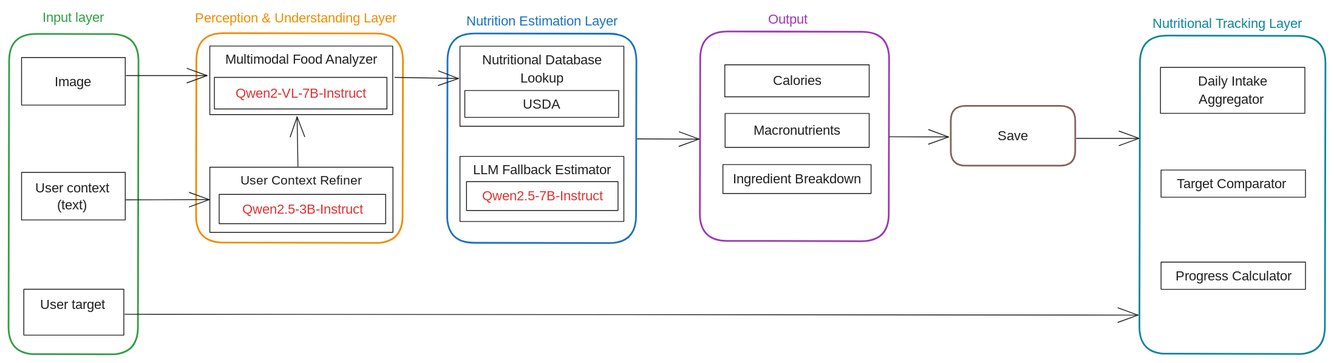
Earlier version of the Excalidraw export pipeline_arquitectura.excalidraw.svg (hepejaAED/CalorIA). Source tidied: one line per element, renumbered; positions are measured from the earlier drawing's top-left corner, leaving out a move shared by most shapes.
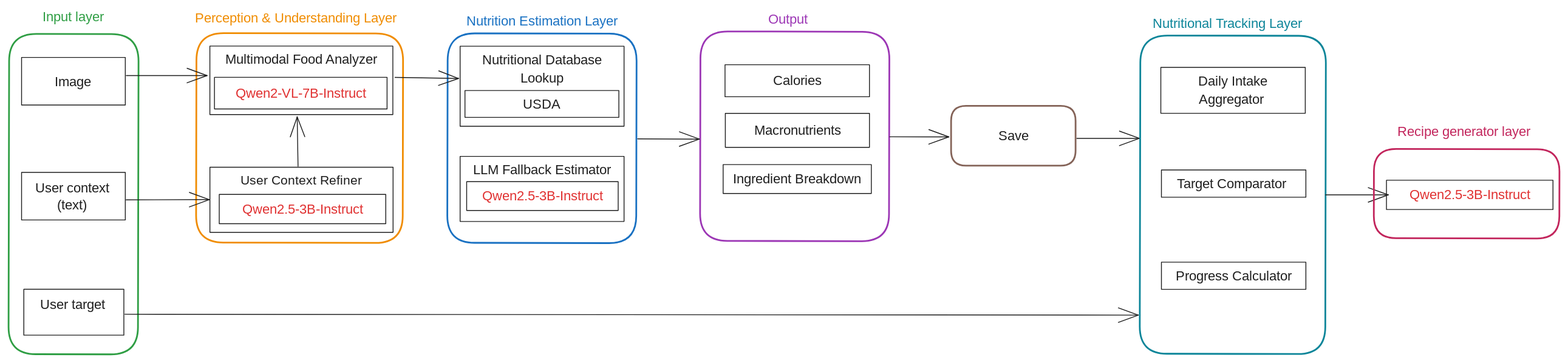
After the change.

Diff of the diagram source:
```diff
@@ -27,7 +27,7 @@
 {"id": 26, "type": "rectangle", "strokeColor": "#1e1e1e", "strokeWidth": 1, "roughness": 0, "x": 531, "y": 174, "width": 193, "height": 77}
 {"id": 27, "type": "text", "text": "LLM Fallback Estimator", "strokeColor": "#1e1e1e", "strokeWidth": 1, "roughness": 0, "fontSize": 16, "fontFamily": 6, "textAlign": "center", "inside": 26, "x": 543, "y": 179, "width": 169, "height": 22}
 {"id": 28, "type": "rectangle", "strokeColor": "#1e1e1e", "strokeWidth": 1, "roughness": 0, "x": 538, "y": 204, "width": 178, "height": 34}
-{"id": 29, "type": "text", "text": "Qwen2.5-7B-Instruct", "strokeColor": "#e03131", "strokeWidth": 1, "roughness": 0, "fontSize": 16, "fontFamily": 6, "textAlign": "center", "verticalAlign": "middle", "inside": 28, "x": 550, "y": 210, "width": 155, "height": 22}
+{"id": 29, "type": "text", "text": "Qwen2.5-3B-Instruct", "strokeColor": "#e03131", "strokeWidth": 1, "roughness": 0, "fontSize": 16, "fontFamily": 6, "textAlign": "center", "verticalAlign": "middle", "inside": 28, "x": 550, "y": 210, "width": 155, "height": 22}
 {"id": 30, "type": "rectangle", "strokeColor": "#9c36b5", "angle": 0.0, "strokeWidth": 2, "roughness": 0, "round": true, "x": 813, "y": 27, "width": 222, "height": 246}
 {"id": 31, "type": "arrow", "strokeColor": "#1e1e1e", "strokeWidth": 1, "roughness": 0, "endArrowhead": "arrow", "from": 22, "to": 30, "x": 739, "y": 153, "width": 73, "height": 0, "points": [[0, 0], [73, 0]]}
 {"id": 32, "type": "text", "text": "Output", "strokeColor": "#9c36b5", "strokeWidth": 2, "roughness": 1, "fontSize": 16, "fontFamily": 6, "x": 893, "y": 2, "width": 51, "height": 22}
@@ -52,3 +52,8 @@
 {"id": 51, "type": "text", "text": "Target Comparator ", "strokeColor": "#1e1e1e", "strokeWidth": 1, "roughness": 0, "fontSize": 16, "fontFamily": 6, "textAlign": "center", "verticalAlign": "middle", "inside": 50, "x": 1370, "y": 195, "width": 140, "height": 22}
 {"id": 52, "type": "rectangle", "strokeColor": "#1e1e1e", "strokeWidth": 1, "roughness": 0, "x": 1356, "y": 298, "width": 170, "height": 32}
 {"id": 53, "type": "text", "text": "Progress Calculator", "strokeColor": "#1e1e1e", "strokeWidth": 1, "roughness": 0, "fontSize": 16, "fontFamily": 6, "textAlign": "center", "verticalAlign": "middle", "inside": 52, "x": 1369, "y": 304, "width": 142, "height": 22}
+{"id": 54, "type": "arrow", "strokeColor": "#1e1e1e", "strokeWidth": 1, "roughness": 0, "endArrowhead": "arrow", "x": 1549, "y": 219, "width": 74, "height": 0, "points": [[0, 0], [74, 0]]}
+{"id": 55, "type": "rectangle", "strokeColor": "#c2255c", "angle": 0.0, "strokeWidth": 2, "roughness": 0, "round": true, "x": 1605, "y": 165, "width": 218, "height": 105}
+{"id": 56, "type": "rectangle", "strokeColor": "#1e1e1e", "strokeWidth": 1, "roughness": 0, "x": 1620, "y": 202, "width": 196, "height": 34}
+{"id": 57, "type": "text", "text": "Qwen2.5-3B-Instruct", "strokeColor": "#e03131", "strokeWidth": 1, "roughness": 0, "fontSize": 16, "fontFamily": 6, "textAlign": "center", "verticalAlign": "middle", "inside": 56, "x": 1640, "y": 208, "width": 155, "height": 22}
+{"id": 58, "type": "text", "text": "Recipe generator layer", "strokeColor": "#c2255c", "strokeWidth": 2, "roughness": 1, "fontSize": 16, "fontFamily": 6, "x": 1633, "y": 134, "width": 163, "height": 22}
```
